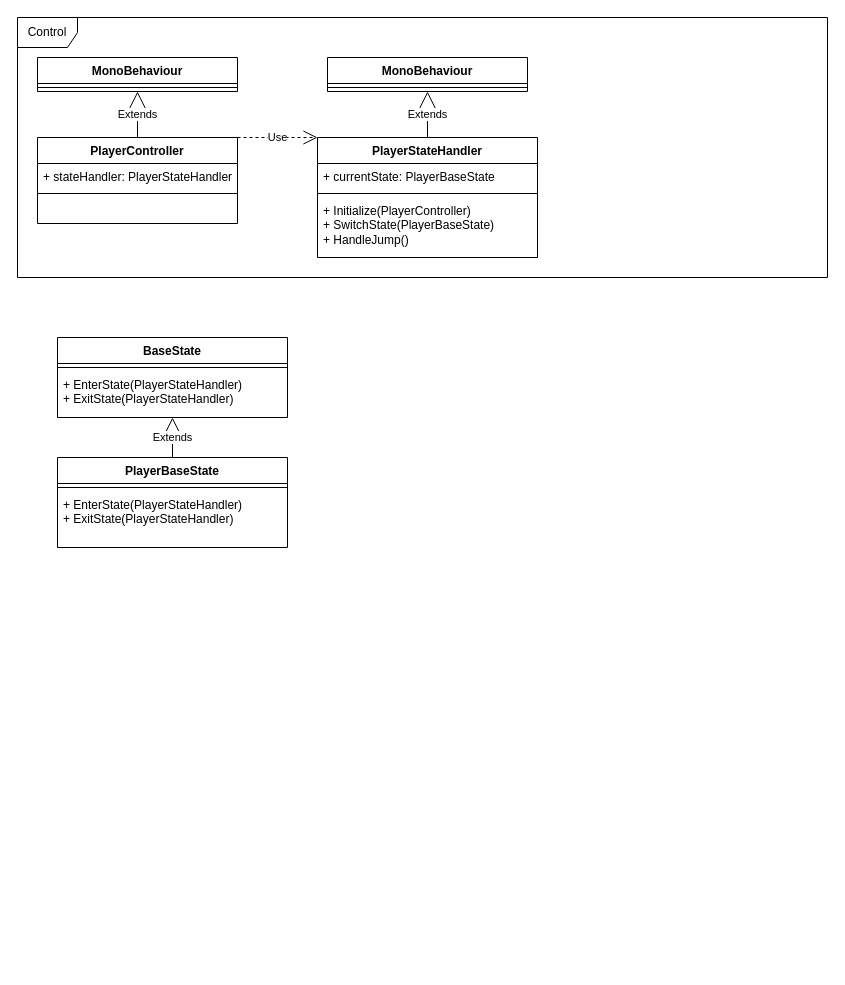
The draw.io diagram UML's/StateMachineUML.drawio in Contraband-Software/Unity2D-Tutorial, before the edit. Source tidied: cells renumbered, new cells numbered last; positions are measured from the earlier drawing's top-left corner, leaving out a move shared by most shapes. Both pictures are drawn from the tidied source at 100%, with x=0, y=0 at pixel (17, 17).
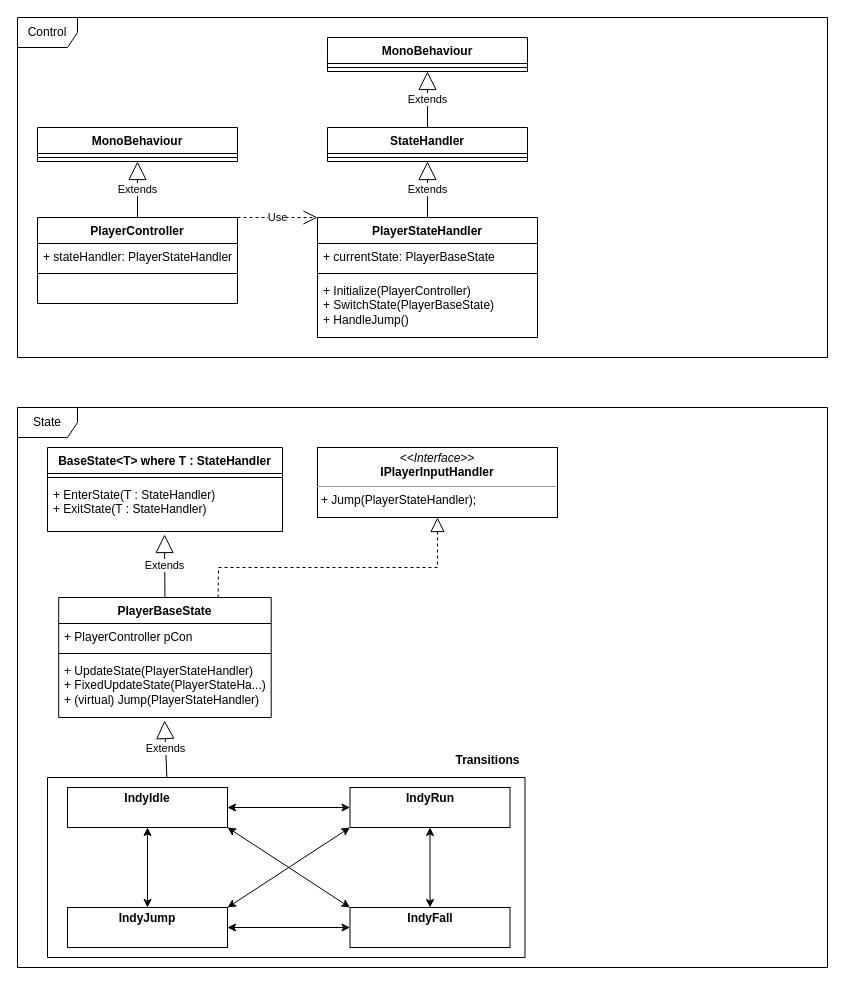
The same diagram, later.

Commit message (it also covers changes not shown here):
updated UML diagram

Diff of the diagram source:
```diff
@@
     <mxCell id="2" value="PlayerController" style="swimlane;fontStyle=1;align=center;verticalAlign=top;horizontal=1;startSize=26;whiteSpace=wrap;html=1;" parent="1" vertex="1">
-      <mxGeometry x="20" y="120" width="200" height="86" as="geometry" />
+      <mxGeometry x="20" y="200" width="200" height="86" as="geometry" />
     </mxCell>
@@
     <mxCell id="6" value="PlayerStateHandler" style="swimlane;fontStyle=1;align=center;verticalAlign=top;horizontal=1;startSize=26;whiteSpace=wrap;html=1;" parent="1" vertex="1">
-      <mxGeometry x="300" y="120" width="220" height="120" as="geometry" />
+      <mxGeometry x="300" y="200" width="220" height="120" as="geometry" />
     </mxCell>
@@
     <mxCell id="11" value="MonoBehaviour" style="swimlane;fontStyle=1;align=center;verticalAlign=top;horizontal=1;startSize=26;whiteSpace=wrap;html=1;" parent="1" vertex="1">
-      <mxGeometry x="20" y="40" width="200" height="34" as="geometry" />
+      <mxGeometry x="20" y="110" width="200" height="34" as="geometry" />
     </mxCell>
@@
     <mxCell id="14" value="MonoBehaviour" style="swimlane;fontStyle=1;align=center;verticalAlign=top;horizontal=1;startSize=26;whiteSpace=wrap;html=1;" parent="1" vertex="1">
-      <mxGeometry x="310" y="40" width="200" height="34" as="geometry" />
+      <mxGeometry x="310" y="20" width="200" height="34" as="geometry" />
     </mxCell>
@@
-    <mxCell id="16" value="Extends" style="endArrow=block;endSize=16;endFill=0;html=1;rounded=0;exitX=0.5;exitY=0;exitDx=0;exitDy=0;entryX=0.5;entryY=1;entryDx=0;entryDy=0;" parent="1" edge="1" source="6" target="14">
-      <mxGeometry relative="1" as="geometry" />
-    </mxCell>
     <mxCell id="17" value="Control" style="shape=umlFrame;whiteSpace=wrap;html=1;" parent="1" vertex="1">
-      <mxGeometry width="810" height="260" as="geometry" />
+      <mxGeometry width="810" height="340" as="geometry" />
     </mxCell>
-    <mxCell id="18" value="BaseState" style="swimlane;fontStyle=1;align=center;verticalAlign=top;horizontal=1;startSize=26;whiteSpace=wrap;html=1;" parent="1" vertex="1">
-      <mxGeometry x="40" y="320" width="230" height="80" as="geometry" />
-    </mxCell>
-    <mxCell id="19" style="line;strokeWidth=1;fillColor=none;align=left;verticalAlign=middle;spacingTop=-1;spacingLeft=3;spacingRight=3;labelPosition=right;strokeColor=inherit;" parent="18" vertex="1">
-      <mxGeometry y="26" width="230" height="8" as="geometry" />
-    </mxCell>
-    <mxCell id="20" value="+ EnterState(PlayerStateHandler)&lt;br&gt;+ ExitState(PlayerStateHandler)" style="text;strokeColor=none;fillColor=none;align=left;verticalAlign=top;spacingLeft=4;spacingRight=4;overflow=hidden;whiteSpace=wrap;html=1;" parent="18" vertex="1">
-      <mxGeometry y="34" width="230" height="46" as="geometry" />
-    </mxCell>
+    <mxCell id="25" value="BaseState&amp;lt;T&amp;gt; where T : StateHandler" style="swimlane;fontStyle=1;align=center;verticalAlign=top;horizontal=1;startSize=26;whiteSpace=wrap;html=1;" parent="1" vertex="1">
+      <mxGeometry x="30" y="430" width="235" height="84" as="geometry" />
+    </mxCell>
+    <mxCell id="26" style="line;strokeWidth=1;fillColor=none;align=left;verticalAlign=middle;spacingTop=-1;spacingLeft=3;spacingRight=3;labelPosition=right;strokeColor=inherit;" parent="25" vertex="1">
+      <mxGeometry y="26" width="235" height="8" as="geometry" />
+    </mxCell>
+    <mxCell id="27" value="+ EnterState(T : StateHandler)&lt;br&gt;+ ExitState(T : StateHandler)" style="text;strokeColor=none;fillColor=none;align=left;verticalAlign=top;spacingLeft=4;spacingRight=4;overflow=hidden;points=[[0,0.5],[1,0.5]];portConstraint=eastwest;whiteSpace=wrap;html=1;" parent="25" vertex="1">
+      <mxGeometry y="34" width="235" height="50" as="geometry" />
+    </mxCell>
+    <mxCell id="28" value="Extends" style="endArrow=block;endSize=16;endFill=0;html=1;rounded=0;entryX=0.498;entryY=1.06;entryDx=0;entryDy=0;entryPerimeter=0;exitX=0.5;exitY=0;exitDx=0;exitDy=0;" parent="1" edge="1" source="21" target="27">
+      <mxGeometry relative="1" as="geometry" />
+    </mxCell>
     <mxCell id="21" value="PlayerBaseState" style="swimlane;fontStyle=1;align=center;verticalAlign=top;horizontal=1;startSize=26;whiteSpace=wrap;html=1;" parent="1" vertex="1">
-      <mxGeometry x="40" y="440" width="230" height="90" as="geometry" />
+      <mxGeometry x="41.2" y="580" width="212.5" height="120" as="geometry" />
     </mxCell>
-    <mxCell id="22" style="line;strokeWidth=1;fillColor=none;align=left;verticalAlign=middle;spacingTop=-1;spacingLeft=3;spacingRight=3;labelPosition=right;strokeColor=inherit;" parent="21" vertex="1">
-      <mxGeometry y="26" width="230" height="8" as="geometry" />
-    </mxCell>
-    <mxCell id="23" value="+ EnterState(PlayerStateHandler)&lt;br&gt;+ ExitState(PlayerStateHandler)" style="text;strokeColor=none;fillColor=none;align=left;verticalAlign=top;spacingLeft=4;spacingRight=4;overflow=hidden;whiteSpace=wrap;html=1;" parent="21" vertex="1">
-      <mxGeometry y="34" width="230" height="56" as="geometry" />
-    </mxCell>
-    <mxCell id="24" value="Extends" style="endArrow=block;endSize=16;endFill=0;html=1;rounded=0;exitX=0.5;exitY=0;exitDx=0;exitDy=0;entryX=0.5;entryY=1;entryDx=0;entryDy=0;" parent="1" edge="1" source="21" target="18">
-      <mxGeometry relative="1" as="geometry" />
-    </mxCell>
+    <mxCell id="29" value="+ PlayerController pCon" style="text;strokeColor=none;fillColor=none;align=left;verticalAlign=top;spacingLeft=4;spacingRight=4;overflow=hidden;whiteSpace=wrap;html=1;" parent="21" vertex="1">
+      <mxGeometry y="26" width="212.5" height="26" as="geometry" />
+    </mxCell>
+    <mxCell id="30" style="line;strokeWidth=1;fillColor=none;align=left;verticalAlign=middle;spacingTop=-1;spacingLeft=3;spacingRight=3;labelPosition=right;strokeColor=inherit;" parent="21" vertex="1">
+      <mxGeometry y="52" width="212.5" height="8" as="geometry" />
+    </mxCell>
+    <mxCell id="31" value="+ UpdateState(PlayerStateHandler)&lt;br&gt;+ FixedUpdateState(PlayerStateHa...)&lt;br&gt;+ (virtual) Jump(PlayerStateHandler)" style="text;strokeColor=none;fillColor=none;align=left;verticalAlign=top;spacingLeft=4;spacingRight=4;overflow=hidden;points=[[0,0.5],[1,0.5]];portConstraint=eastwest;whiteSpace=wrap;html=1;" parent="21" vertex="1">
+      <mxGeometry y="60" width="212.5" height="60" as="geometry" />
+    </mxCell>
+    <mxCell id="32" value="StateHandler" style="swimlane;fontStyle=1;align=center;verticalAlign=top;horizontal=1;startSize=26;whiteSpace=wrap;html=1;" parent="1" vertex="1">
+      <mxGeometry x="310" y="110" width="200" height="34" as="geometry" />
+    </mxCell>
+    <mxCell id="33" style="line;strokeWidth=1;fillColor=none;align=left;verticalAlign=middle;spacingTop=-1;spacingLeft=3;spacingRight=3;labelPosition=right;strokeColor=inherit;" parent="32" vertex="1">
+      <mxGeometry y="26" width="200" height="8" as="geometry" />
+    </mxCell>
+    <mxCell id="34" value="Extends" style="endArrow=block;endSize=16;endFill=0;html=1;rounded=0;exitX=0.5;exitY=0;exitDx=0;exitDy=0;entryX=0.5;entryY=1;entryDx=0;entryDy=0;" parent="1" edge="1" source="6" target="32">
+      <mxGeometry relative="1" as="geometry" />
+    </mxCell>
+    <mxCell id="35" value="Extends" style="endArrow=block;endSize=16;endFill=0;html=1;rounded=0;exitX=0.5;exitY=0;exitDx=0;exitDy=0;entryX=0.5;entryY=1;entryDx=0;entryDy=0;" parent="1" edge="1" source="32" target="14">
+      <mxGeometry relative="1" as="geometry" />
+    </mxCell>
+    <mxCell id="36" value="&lt;p style=&quot;margin:0px;margin-top:4px;text-align:center;&quot;&gt;&lt;i&gt;&amp;lt;&amp;lt;Interface&amp;gt;&amp;gt;&lt;/i&gt;&lt;br&gt;&lt;b&gt;IPlayerInputHandler&lt;/b&gt;&lt;/p&gt;&lt;hr size=&quot;1&quot;&gt;&lt;p style=&quot;margin:0px;margin-left:4px;&quot;&gt;+&amp;nbsp;Jump(PlayerStateHandler);&lt;/p&gt;" style="verticalAlign=top;align=left;overflow=fill;fontSize=12;fontFamily=Helvetica;html=1;whiteSpace=wrap;" parent="1" vertex="1">
+      <mxGeometry x="300" y="430" width="240" height="70" as="geometry" />
+    </mxCell>
+    <mxCell id="37" style="endArrow=block;dashed=1;endFill=0;endSize=12;html=1;rounded=0;exitX=0.75;exitY=0;exitDx=0;exitDy=0;entryX=0.5;entryY=1;entryDx=0;entryDy=0;" parent="1" edge="1" source="21" target="36">
+      <mxGeometry relative="1" as="geometry">
+        <Array as="points">
+          <mxPoint x="201" y="550" />
+          <mxPoint x="420" y="550" />
+        </Array>
+      </mxGeometry>
+    </mxCell>
+    <mxCell id="38" value="&lt;p style=&quot;margin: 4px 0px 0px;&quot;&gt;&lt;b style=&quot;background-color: initial;&quot;&gt;IndyIdle&lt;/b&gt;&lt;br&gt;&lt;/p&gt;&lt;p style=&quot;margin:0px;margin-left:4px;&quot;&gt;&lt;br&gt;&lt;/p&gt;" style="verticalAlign=top;align=center;overflow=fill;fontSize=12;fontFamily=Helvetica;html=1;whiteSpace=wrap;" parent="1" vertex="1">
+      <mxGeometry x="50" y="770" width="160" height="40" as="geometry" />
+    </mxCell>
+    <mxCell id="39" value="&lt;p style=&quot;margin: 4px 0px 0px;&quot;&gt;&lt;b style=&quot;background-color: initial;&quot;&gt;IndyJump&lt;/b&gt;&lt;br&gt;&lt;/p&gt;&lt;p style=&quot;margin:0px;margin-left:4px;&quot;&gt;&lt;br&gt;&lt;/p&gt;" style="verticalAlign=top;align=center;overflow=fill;fontSize=12;fontFamily=Helvetica;html=1;whiteSpace=wrap;" parent="1" vertex="1">
+      <mxGeometry x="50" y="890" width="160" height="40" as="geometry" />
+    </mxCell>
+    <mxCell id="40" value="&lt;p style=&quot;margin: 4px 0px 0px;&quot;&gt;&lt;b style=&quot;background-color: initial;&quot;&gt;IndyFall&lt;/b&gt;&lt;br&gt;&lt;/p&gt;&lt;p style=&quot;margin:0px;margin-left:4px;&quot;&gt;&lt;br&gt;&lt;/p&gt;" style="verticalAlign=top;align=center;overflow=fill;fontSize=12;fontFamily=Helvetica;html=1;whiteSpace=wrap;" parent="1" vertex="1">
+      <mxGeometry x="332.5" y="890" width="160" height="40" as="geometry" />
+    </mxCell>
+    <mxCell id="41" value="&lt;p style=&quot;margin: 4px 0px 0px;&quot;&gt;&lt;b style=&quot;background-color: initial;&quot;&gt;IndyRun&lt;/b&gt;&lt;br&gt;&lt;/p&gt;&lt;p style=&quot;margin:0px;margin-left:4px;&quot;&gt;&lt;br&gt;&lt;/p&gt;" style="verticalAlign=top;align=center;overflow=fill;fontSize=12;fontFamily=Helvetica;html=1;whiteSpace=wrap;" parent="1" vertex="1">
+      <mxGeometry x="332.5" y="770" width="160" height="40" as="geometry" />
+    </mxCell>
+    <mxCell id="42" value="State" style="shape=umlFrame;whiteSpace=wrap;html=1;" parent="1" vertex="1">
+      <mxGeometry y="390" width="810" height="560" as="geometry" />
+    </mxCell>
+    <mxCell id="43" style="swimlane;startSize=0;" parent="1" vertex="1">
+      <mxGeometry x="30" y="760" width="477.5" height="180" as="geometry" />
+    </mxCell>
+    <mxCell id="44" value="Extends" style="endArrow=block;endSize=16;endFill=0;html=1;rounded=0;entryX=0.498;entryY=1.05;entryDx=0;entryDy=0;entryPerimeter=0;exitX=0.25;exitY=0;exitDx=0;exitDy=0;" parent="1" edge="1" source="43" target="31">
+      <mxGeometry relative="1" as="geometry" />
+    </mxCell>
+    <mxCell id="45" value="Transitions" style="text;align=center;fontStyle=1;verticalAlign=middle;spacingLeft=3;spacingRight=3;strokeColor=none;html=1;" parent="1" vertex="1">
+      <mxGeometry x="430" y="730" width="80" height="26" as="geometry" />
+    </mxCell>
+    <mxCell id="46" style="endArrow=classic;startArrow=classic;html=1;rounded=0;exitX=1;exitY=0;exitDx=0;exitDy=0;entryX=0;entryY=1;entryDx=0;entryDy=0;" parent="1" edge="1" source="39" target="41">
+      <mxGeometry relative="1" as="geometry" />
+    </mxCell>
+    <mxCell id="47" style="endArrow=classic;startArrow=classic;html=1;rounded=0;exitX=1;exitY=1;exitDx=0;exitDy=0;entryX=0;entryY=0;entryDx=0;entryDy=0;" parent="1" edge="1" source="38" target="40">
+      <mxGeometry relative="1" as="geometry" />
+    </mxCell>
+    <mxCell id="48" style="endArrow=classic;startArrow=classic;html=1;rounded=0;exitX=0.5;exitY=0;exitDx=0;exitDy=0;entryX=0.5;entryY=1;entryDx=0;entryDy=0;" parent="1" edge="1" source="40" target="41">
+      <mxGeometry relative="1" as="geometry" />
+    </mxCell>
+    <mxCell id="49" style="endArrow=classic;startArrow=classic;html=1;rounded=0;exitX=1;exitY=0.5;exitDx=0;exitDy=0;entryX=0;entryY=0.5;entryDx=0;entryDy=0;" parent="1" edge="1" source="38" target="41">
+      <mxGeometry relative="1" as="geometry" />
+    </mxCell>
+    <mxCell id="50" style="endArrow=classic;startArrow=classic;html=1;rounded=0;exitX=0.5;exitY=1;exitDx=0;exitDy=0;entryX=0.5;entryY=0;entryDx=0;entryDy=0;" parent="1" edge="1" source="38" target="39">
+      <mxGeometry relative="1" as="geometry" />
+    </mxCell>
+    <mxCell id="51" style="endArrow=classic;startArrow=classic;html=1;rounded=0;exitX=0;exitY=0.5;exitDx=0;exitDy=0;entryX=1;entryY=0.5;entryDx=0;entryDy=0;" parent="1" edge="1" source="40" target="39">
+      <mxGeometry relative="1" as="geometry" />
+    </mxCell>
```
